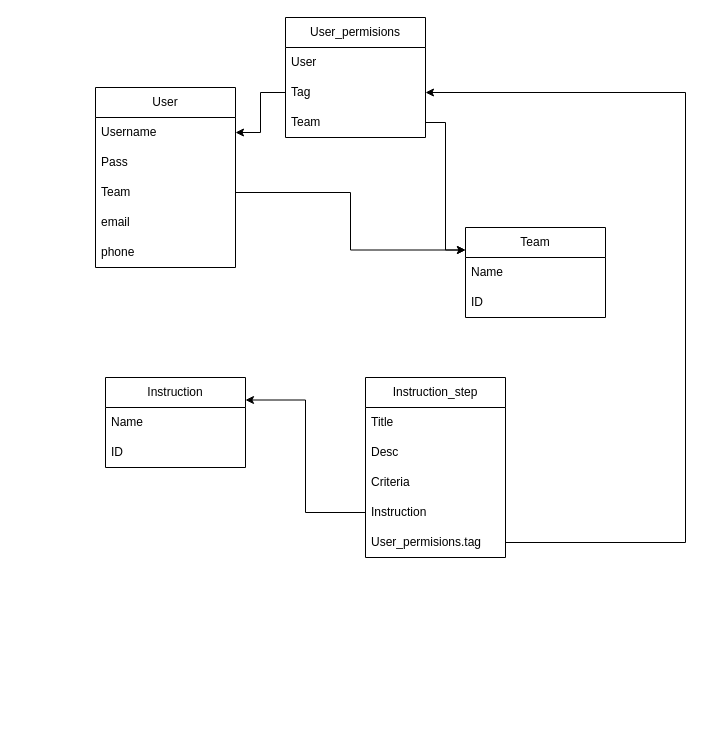
Before: Diagrama sin título.drawio in Itzel-oli/NashEquilibrium, a draw.io diagram. Source tidied: cells renumbered, new cells numbered last; positions are measured from the earlier drawing's top-left corner, leaving out a move shared by most shapes. Both pictures are drawn from the tidied source at 100%, with x=0, y=0 at pixel (95, 17).
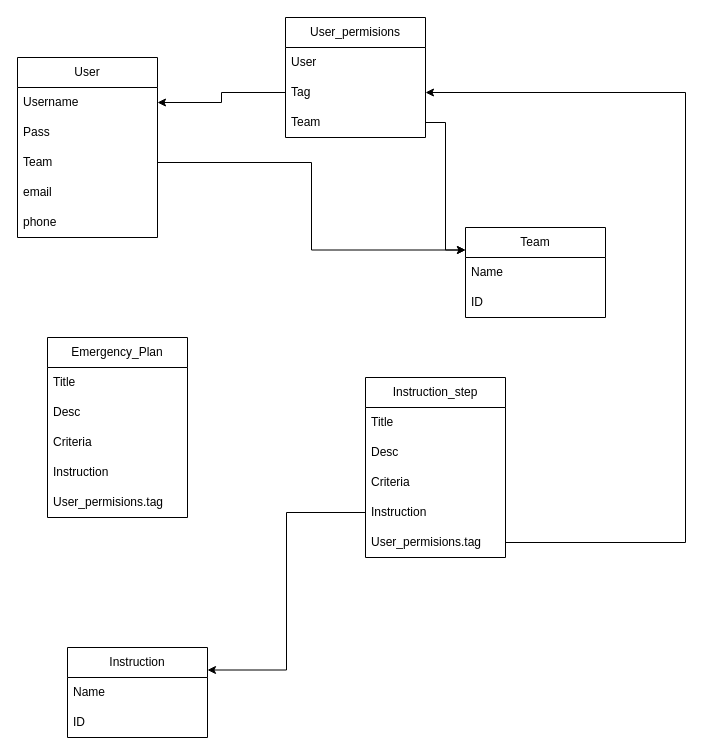
After the change.

Change to the diagram source:
```diff
@@
     <mxCell id="2" value="User" style="swimlane;fontStyle=0;horizontal=1;startSize=30;whiteSpace=wrap;html=1;" parent="1" vertex="1">
-      <mxGeometry y="70" width="140" height="180" as="geometry" />
+      <mxGeometry x="-78" y="40" width="140" height="180" as="geometry" />
     </mxCell>
@@
     <mxCell id="18" value="Instruction" style="swimlane;fontStyle=0;horizontal=1;startSize=30;whiteSpace=wrap;html=1;" parent="1" vertex="1">
-      <mxGeometry x="10" y="360" width="140" height="90" as="geometry" />
+      <mxGeometry x="-28" y="630" width="140" height="90" as="geometry" />
     </mxCell>
@@
+    <mxCell id="29" value="Emergency_Plan" style="swimlane;fontStyle=0;horizontal=1;startSize=30;whiteSpace=wrap;html=1;" parent="1" vertex="1">
+      <mxGeometry x="-48" y="320" width="140" height="180" as="geometry" />
+    </mxCell>
+    <mxCell id="30" value="Title" style="text;strokeColor=none;fillColor=none;align=left;verticalAlign=middle;spacingLeft=4;spacingRight=4;overflow=hidden;whiteSpace=wrap;html=1;" parent="29" vertex="1">
+      <mxGeometry y="30" width="140" height="30" as="geometry" />
+    </mxCell>
+    <mxCell id="31" value="Desc" style="text;strokeColor=none;fillColor=none;align=left;verticalAlign=middle;spacingLeft=4;spacingRight=4;overflow=hidden;whiteSpace=wrap;html=1;" parent="29" vertex="1">
+      <mxGeometry y="60" width="140" height="30" as="geometry" />
+    </mxCell>
+    <mxCell id="32" value="Criteria" style="text;strokeColor=none;fillColor=none;align=left;verticalAlign=middle;spacingLeft=4;spacingRight=4;overflow=hidden;whiteSpace=wrap;html=1;" parent="29" vertex="1">
+      <mxGeometry y="90" width="140" height="30" as="geometry" />
+    </mxCell>
+    <mxCell id="33" value="Instruction" style="text;strokeColor=none;fillColor=none;align=left;verticalAlign=middle;spacingLeft=4;spacingRight=4;overflow=hidden;whiteSpace=wrap;html=1;" parent="29" vertex="1">
+      <mxGeometry y="120" width="140" height="30" as="geometry" />
+    </mxCell>
+    <mxCell id="34" value="User_permisions.tag" style="text;strokeColor=none;fillColor=none;align=left;verticalAlign=middle;spacingLeft=4;spacingRight=4;overflow=hidden;whiteSpace=wrap;html=1;" parent="29" vertex="1">
+      <mxGeometry y="150" width="140" height="30" as="geometry" />
+    </mxCell>
```
